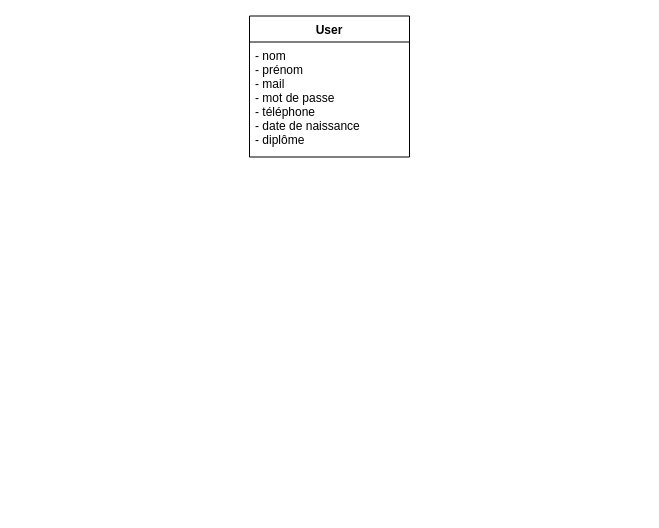
Before: BDD.drawio in LenhardErwan/InternshipManager, a draw.io diagram. Source tidied: cells renumbered, new cells numbered last; positions are measured from the earlier drawing's top-left corner, leaving out a move shared by most shapes. Both pictures are drawn from the tidied source at 100%, with x=0, y=0 at pixel (249, 16).
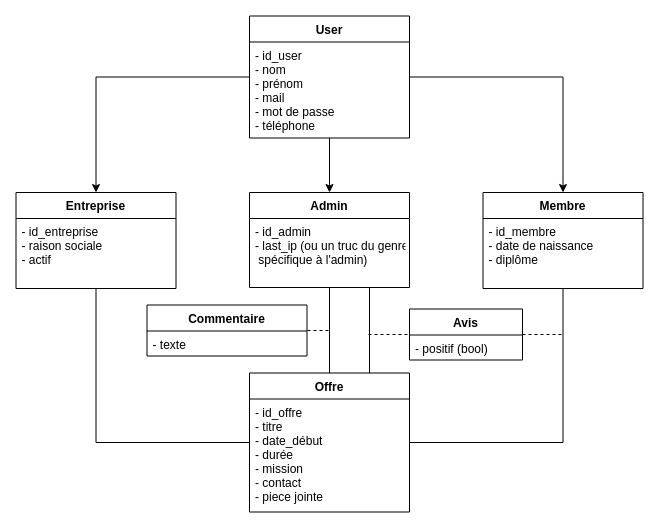
The same page after the edit.

Change to the diagram source:
```diff
@@
+    <mxCell id="4" style="edgeStyle=orthogonalEdgeStyle;rounded=0;jettySize=auto;html=1;" parent="1" edge="1" source="2" target="15">
+      <mxGeometry relative="1" as="geometry" />
+    </mxCell>
+    <mxCell id="5" style="edgeStyle=orthogonalEdgeStyle;rounded=0;jettySize=auto;html=1;" parent="1" edge="1" source="2" target="12">
+      <mxGeometry relative="1" as="geometry" />
+    </mxCell>
+    <mxCell id="6" style="edgeStyle=orthogonalEdgeStyle;rounded=0;jettySize=auto;html=1;" parent="1" edge="1" source="2" target="9">
+      <mxGeometry relative="1" as="geometry" />
+    </mxCell>
     <mxCell id="2" value="User" style="swimlane;fontStyle=1;align=center;verticalAlign=top;horizontal=1;startSize=26;" parent="1" vertex="1">
-      <mxGeometry y="-0.5" width="160" height="141" as="geometry" />
+      <mxGeometry y="-0.5" width="160" height="122" as="geometry" />
     </mxCell>
-    <mxCell id="3" value="- nom&#10;- prénom&#10;- mail&#10;- mot de passe&#10;- téléphone&#10;- date de naissance&#10;- diplôme" style="text;strokeColor=none;fillColor=none;align=left;verticalAlign=top;spacingLeft=4;spacingRight=4;overflow=hidden;" parent="2" vertex="1">
-      <mxGeometry y="26" width="160" height="115" as="geometry" />
+    <mxCell id="3" value="- id_user&#10;- nom&#10;- prénom&#10;- mail&#10;- mot de passe&#10;- téléphone" style="text;strokeColor=none;fillColor=none;align=left;verticalAlign=top;spacingLeft=4;spacingRight=4;overflow=hidden;" parent="2" vertex="1">
+      <mxGeometry y="26" width="160" height="96" as="geometry" />
     </mxCell>
+    <mxCell id="7" style="edgeStyle=orthogonalEdgeStyle;rounded=0;jettySize=auto;html=1;entryX=0.5;entryY=0;entryDx=0;entryDy=0;endArrow=none;endFill=0;exitX=0.5;exitY=1;exitDx=0;exitDy=0;" parent="1" edge="1" source="9" target="17">
+      <mxGeometry relative="1" as="geometry" />
+    </mxCell>
+    <mxCell id="8" style="edgeStyle=orthogonalEdgeStyle;rounded=0;jettySize=auto;html=1;entryX=0.75;entryY=0;entryDx=0;entryDy=0;endArrow=none;endFill=0;exitX=0.75;exitY=1;exitDx=0;exitDy=0;" parent="1" edge="1" source="9" target="17">
+      <mxGeometry relative="1" as="geometry" />
+    </mxCell>
+    <mxCell id="9" value="Admin" style="swimlane;fontStyle=1;align=center;verticalAlign=top;horizontal=1;startSize=26;" parent="1" vertex="1">
+      <mxGeometry y="176" width="160" height="95" as="geometry" />
+    </mxCell>
+    <mxCell id="10" value="- id_admin&#10;- last_ip (ou un truc du genre&#10; spécifique à l'admin)&#10;" style="text;strokeColor=none;fillColor=none;align=left;verticalAlign=top;spacingLeft=4;spacingRight=4;overflow=hidden;" parent="9" vertex="1">
+      <mxGeometry y="26" width="160" height="69" as="geometry" />
+    </mxCell>
+    <mxCell id="11" style="edgeStyle=orthogonalEdgeStyle;rounded=0;jettySize=auto;html=1;entryX=1;entryY=0.5;entryDx=0;entryDy=0;endArrow=none;endFill=0;exitX=0.5;exitY=1;exitDx=0;exitDy=0;" parent="1" edge="1" source="12" target="17">
+      <mxGeometry relative="1" as="geometry" />
+    </mxCell>
+    <mxCell id="12" value="Membre" style="swimlane;fontStyle=1;align=center;verticalAlign=top;horizontal=1;startSize=26;" parent="1" vertex="1">
+      <mxGeometry x="233.5" y="176" width="160" height="96" as="geometry" />
+    </mxCell>
+    <mxCell id="13" value="- id_membre&#10;- date de naissance&#10;- diplôme" style="text;strokeColor=none;fillColor=none;align=left;verticalAlign=top;spacingLeft=4;spacingRight=4;overflow=hidden;" parent="12" vertex="1">
+      <mxGeometry y="26" width="160" height="70" as="geometry" />
+    </mxCell>
+    <mxCell id="14" style="edgeStyle=orthogonalEdgeStyle;rounded=0;jettySize=auto;html=1;entryX=0;entryY=0.5;entryDx=0;entryDy=0;exitX=0.5;exitY=1;exitDx=0;exitDy=0;endArrow=none;endFill=0;" parent="1" edge="1" source="15" target="17">
+      <mxGeometry relative="1" as="geometry" />
+    </mxCell>
+    <mxCell id="15" value="Entreprise" style="swimlane;fontStyle=1;align=center;verticalAlign=top;horizontal=1;startSize=26;" parent="1" vertex="1">
+      <mxGeometry x="-233.5" y="176" width="160" height="96" as="geometry" />
+    </mxCell>
+    <mxCell id="16" value="- id_entreprise&#10;- raison sociale&#10;- actif" style="text;strokeColor=none;fillColor=none;align=left;verticalAlign=top;spacingLeft=4;spacingRight=4;overflow=hidden;fontStyle=0;" parent="15" vertex="1">
+      <mxGeometry y="26" width="160" height="70" as="geometry" />
+    </mxCell>
+    <mxCell id="17" value="Offre" style="swimlane;fontStyle=1;align=center;verticalAlign=top;horizontal=1;startSize=26;" parent="1" vertex="1">
+      <mxGeometry y="356.5" width="160" height="139" as="geometry" />
+    </mxCell>
+    <mxCell id="18" value="- id_offre&#10;- titre&#10;- date_début&#10;- durée&#10;- mission&#10;- contact&#10;- piece jointe" style="text;strokeColor=none;fillColor=none;align=left;verticalAlign=top;spacingLeft=4;spacingRight=4;overflow=hidden;" parent="17" vertex="1">
+      <mxGeometry y="26" width="160" height="113" as="geometry" />
+    </mxCell>
+    <mxCell id="19" value="Commentaire" style="swimlane;fontStyle=1;align=center;verticalAlign=top;horizontal=1;startSize=26;" parent="1" vertex="1">
+      <mxGeometry x="-102.5" y="288.5" width="160" height="51" as="geometry" />
+    </mxCell>
+    <mxCell id="20" value="- texte" style="text;strokeColor=none;fillColor=none;align=left;verticalAlign=top;spacingLeft=4;spacingRight=4;overflow=hidden;" parent="19" vertex="1">
+      <mxGeometry y="26" width="160" height="25" as="geometry" />
+    </mxCell>
+    <mxCell id="21" style="line;strokeWidth=1;fillColor=none;align=left;verticalAlign=middle;spacingTop=-1;spacingLeft=3;spacingRight=3;labelPosition=right;dashed=1;" parent="1" vertex="1">
+      <mxGeometry x="58" y="310" width="21" height="8" as="geometry" />
+    </mxCell>
+    <mxCell id="22" value="Avis" style="swimlane;fontStyle=1;align=center;verticalAlign=top;horizontal=1;startSize=26;" parent="1" vertex="1">
+      <mxGeometry x="160" y="292.5" width="113" height="51" as="geometry" />
+    </mxCell>
+    <mxCell id="23" value="- positif (bool)" style="text;strokeColor=none;fillColor=none;align=left;verticalAlign=top;spacingLeft=4;spacingRight=4;overflow=hidden;" parent="22" vertex="1">
+      <mxGeometry y="26" width="113" height="25" as="geometry" />
+    </mxCell>
+    <mxCell id="24" style="line;strokeWidth=1;fillColor=none;align=left;verticalAlign=middle;spacingTop=-1;spacingLeft=3;spacingRight=3;labelPosition=right;dashed=1;" parent="1" vertex="1">
+      <mxGeometry x="119" y="314" width="41" height="8" as="geometry" />
+    </mxCell>
+    <mxCell id="25" style="line;strokeWidth=1;fillColor=none;align=left;verticalAlign=middle;spacingTop=-1;spacingLeft=3;spacingRight=3;labelPosition=right;dashed=1;" parent="1" vertex="1">
+      <mxGeometry x="273" y="314" width="40" height="8" as="geometry" />
+    </mxCell>
```
